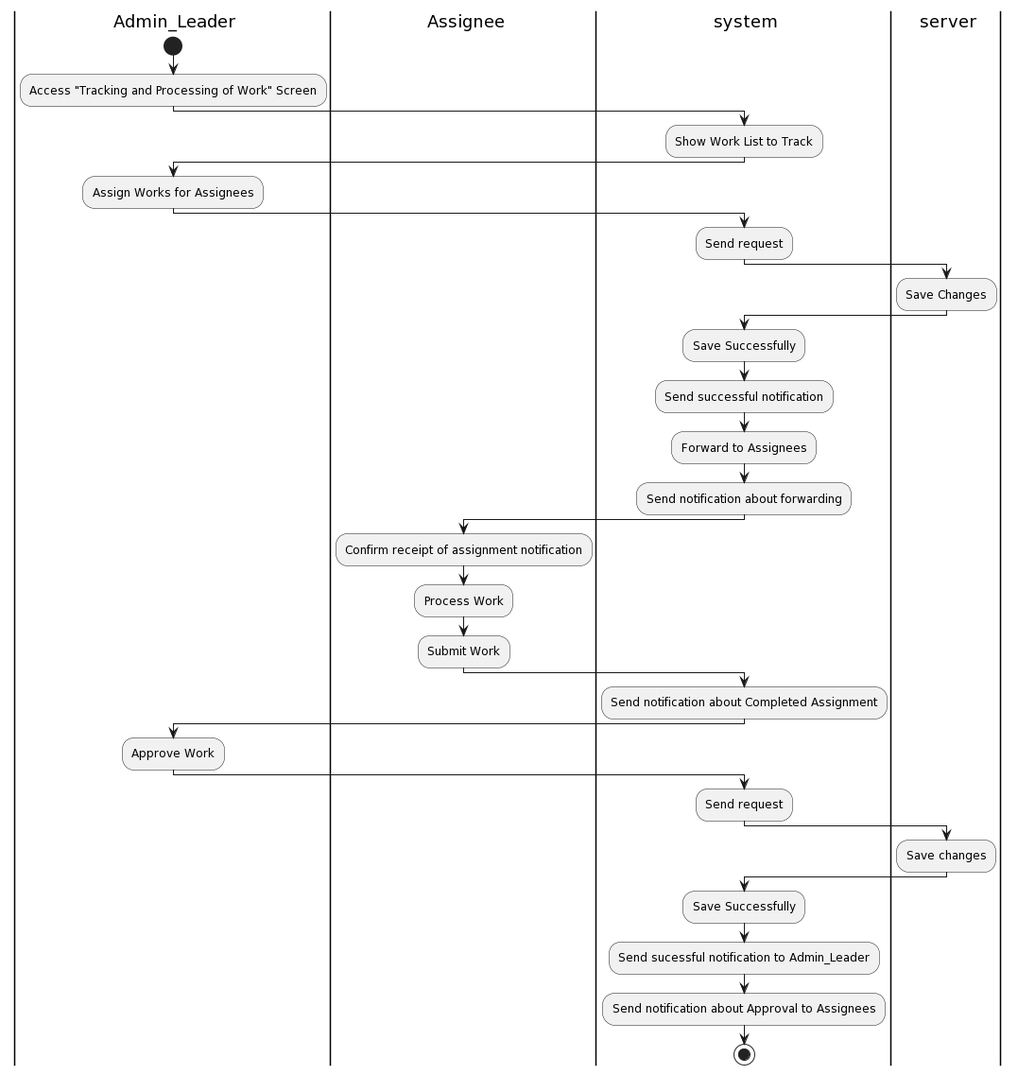
Before: Lab1/Lab1.2/Activity Diagram/TrackingandProcessingofwork/ProcessWorks/ProcessWorks.png, a diagram exported from PlantUML (khoapham1003/SE357-Pratice-class).
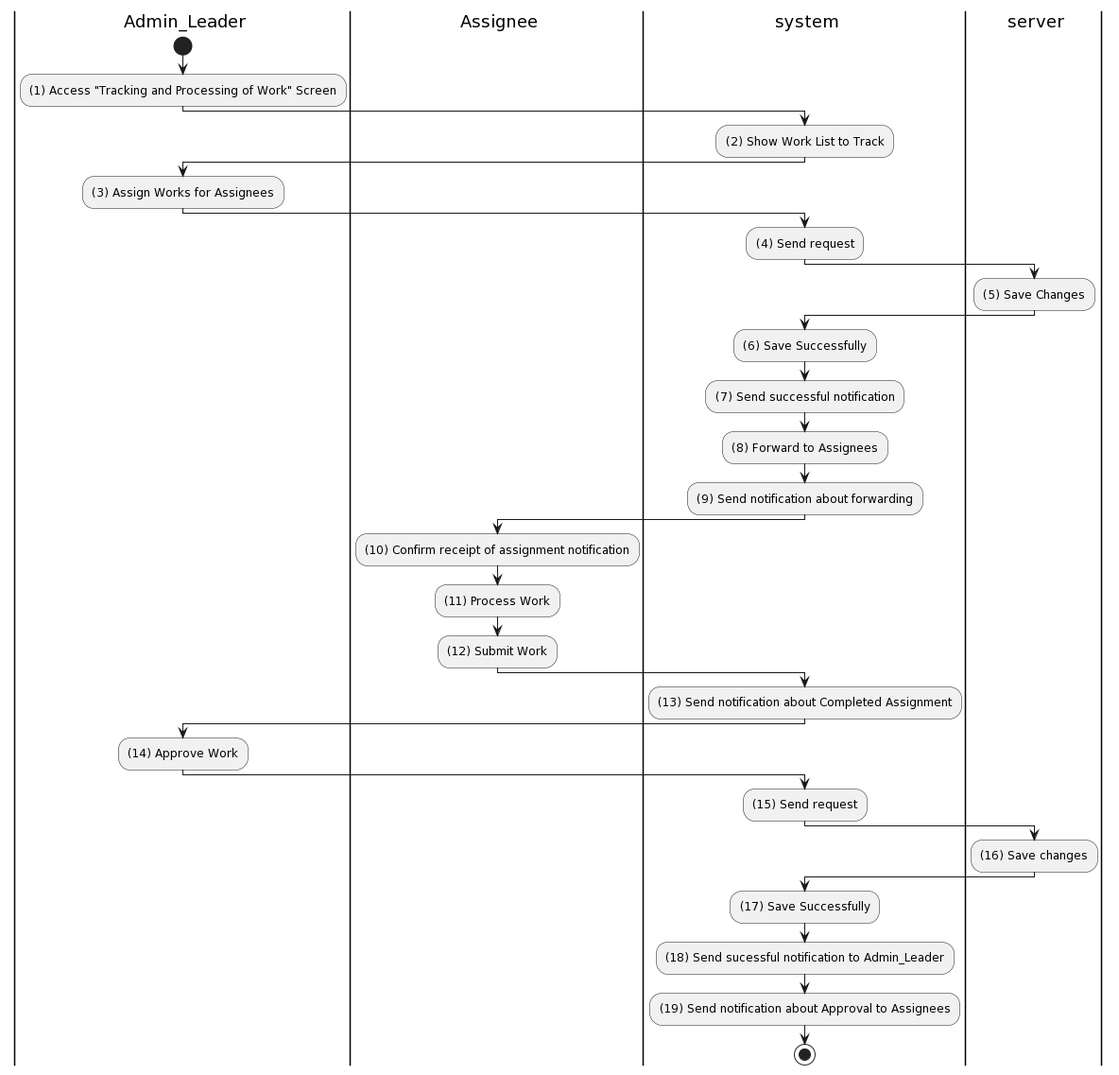
After the change.

What changed in the source:
```diff
@@ -6,36 +6,36 @@
 
 |a|
 start
-:Access "Tracking and Processing of Work" Screen;
+:(1) Access "Tracking and Processing of Work" Screen;
 |sys|
-:Show Work List to Track;
+:(2) Show Work List to Track;
 |a|
-:Assign Works for Assignees;
+:(3) Assign Works for Assignees;
 |sys|
-:Send request;
+:(4) Send request;
 |ser|
-:Save Changes;
+:(5) Save Changes;
 |sys|
-:Save Successfully;
-:Send successful notification;
-:Forward to Assignees;
-:Send notification about forwarding;
+:(6) Save Successfully;
+:(7) Send successful notification;
+:(8) Forward to Assignees;
+:(9) Send notification about forwarding;
 |a1|
-:Confirm receipt of assignment notification;
-:Process Work;
-:Submit Work;
+:(10) Confirm receipt of assignment notification;
+:(11) Process Work;
+:(12) Submit Work;
 |sys|
-:Send notification about Completed Assignment;
+:(13) Send notification about Completed Assignment;
 |a|
-:Approve Work;
+:(14) Approve Work;
 |sys|
-:Send request;
+:(15) Send request;
 |ser|
-:Save changes;
+:(16) Save changes;
 |sys|
-:Save Successfully;
-:Send sucessful notification to Admin_Leader;
-:Send notification about Approval to Assignees;
+:(17) Save Successfully;
+:(18) Send sucessful notification to Admin_Leader;
+:(19) Send notification about Approval to Assignees;
 
 stop
 @enduml
```
